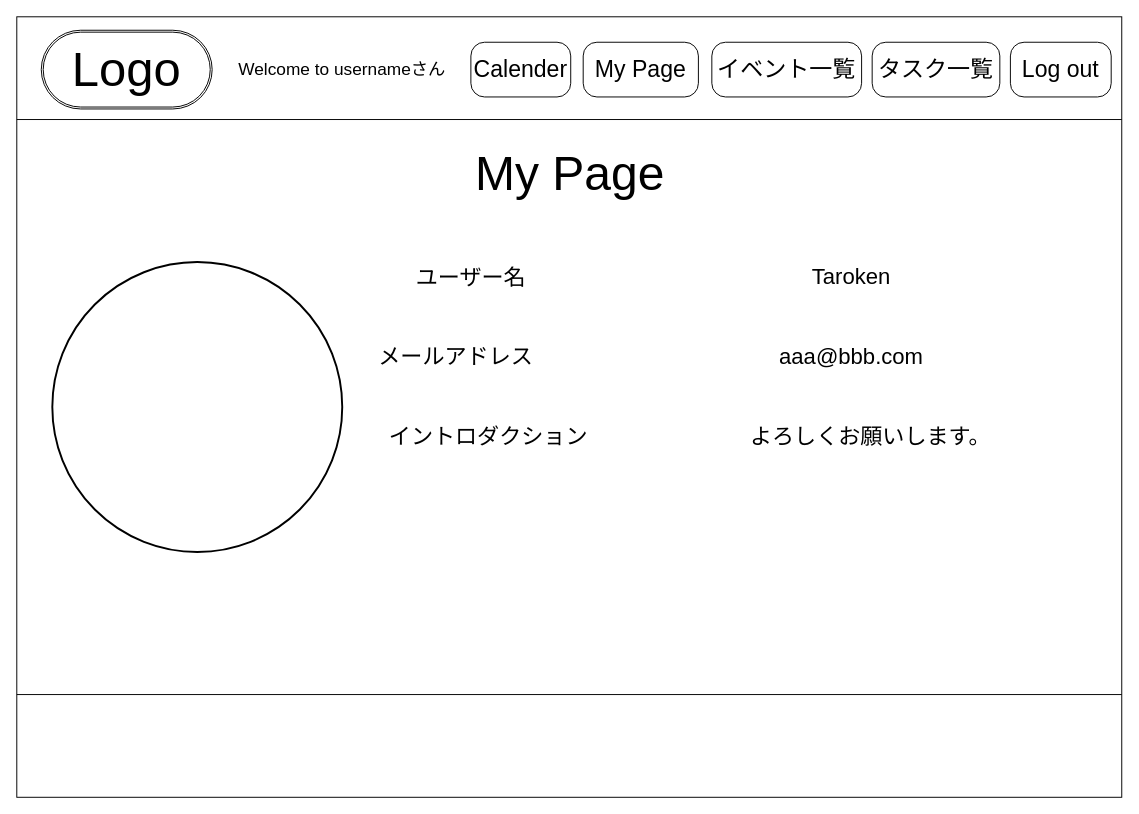
Before: page "ユーザー一覧" (14 of 20) of wire flame.drawio in MurapyonCorp/My-Portfolio, a draw.io diagram. Source tidied: cells renumbered, new cells numbered last; positions are measured from the earlier drawing's top-left corner, leaving out a move shared by most shapes. Both pictures are drawn from the tidied source at 96%, with x=0, y=0 at pixel (16, 16).
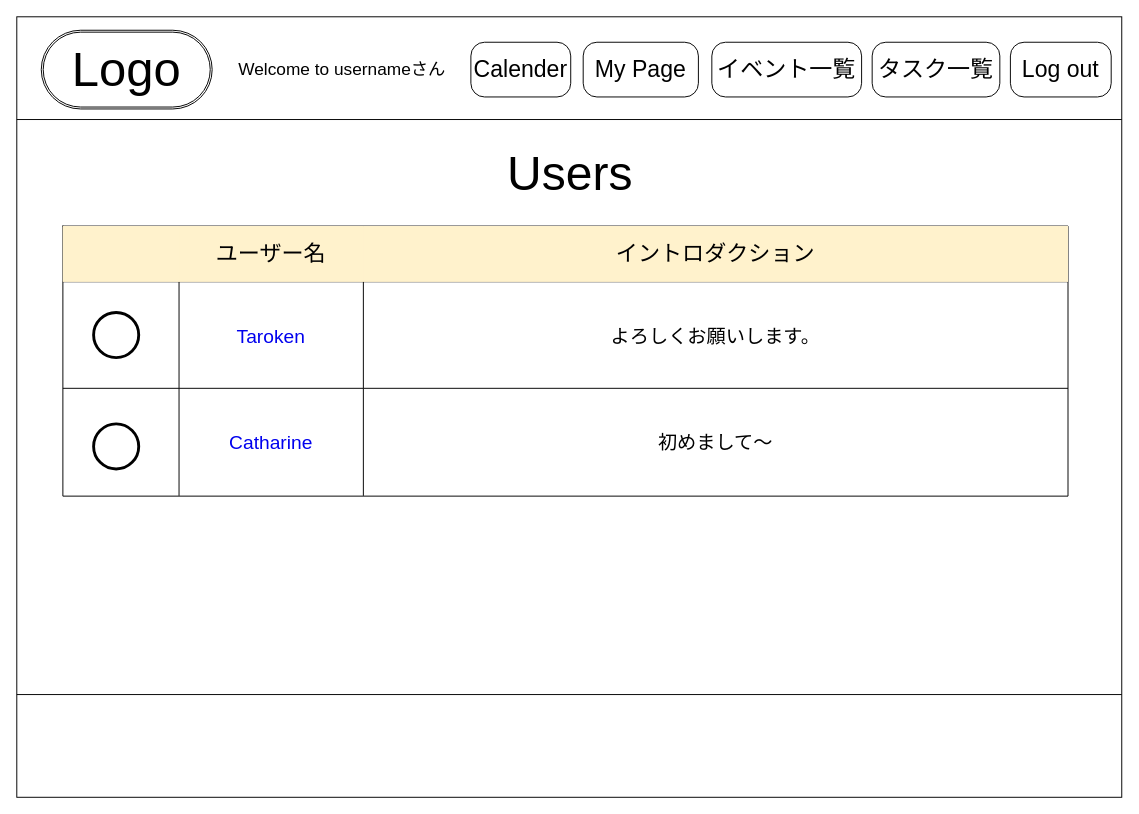
The same diagram, later.

Change to the diagram source:
```diff
@@
-    <mxCell id="10" value="&lt;font color=&quot;#000000&quot;&gt;My Page&lt;/font&gt;" style="text;html=1;strokeColor=none;fillColor=none;align=center;verticalAlign=middle;whiteSpace=wrap;rounded=0;fontSize=50;" parent="1" vertex="1">
+    <mxCell id="10" value="&lt;font color=&quot;#000000&quot;&gt;Users&lt;/font&gt;" style="text;html=1;strokeColor=none;fillColor=none;align=center;verticalAlign=middle;whiteSpace=wrap;rounded=0;fontSize=50;" parent="1" vertex="1">
       <mxGeometry x="463" y="132" width="227" height="61" as="geometry" />
     </mxCell>
-    <mxCell id="11" style="ellipse;whiteSpace=wrap;html=1;fontSize=15;fontColor=#0800FF;strokeColor=#000000;strokeWidth=2;gradientColor=none;fillColor=none;" parent="1" vertex="1">
-      <mxGeometry x="37" y="255.5" width="302" height="302" as="geometry" />
-    </mxCell>
+    <mxCell id="18" value="&lt;font color=&quot;#000000&quot;&gt;&lt;span style=&quot;font-size: 24px&quot;&gt;Calender&lt;/span&gt;&lt;/font&gt;" style="rounded=1;arcSize=25;whiteSpace=wrap;html=1;align=center;strokeColor=#000000;fillColor=none;" parent="1" vertex="1">
+      <mxGeometry x="473" y="26.5" width="104" height="57" as="geometry" />
+    </mxCell>
+    <mxCell id="19" style="shape=table;html=1;whiteSpace=wrap;startSize=0;childLayout=tableLayout;fillColor=none;strokeColor=#000000;strokeWidth=1;fontColor=#000000;" parent="1" vertex="1">
+      <mxGeometry x="48" y="218" width="1047" height="281.3" as="geometry" />
+    </mxCell>
+    <mxCell id="20" style="shape=partialRectangle;html=1;whiteSpace=wrap;top=0;left=0;bottom=0;right=0;fontSize=23;strokeColor=#d6b656;fillColor=#FFF2CC;" parent="19" vertex="1">
+      <mxGeometry width="1047" height="58" as="geometry" />
+    </mxCell>
+    <mxCell id="21" style="shape=partialRectangle;html=1;whiteSpace=wrap;fillColor=#fff2cc;top=0;left=0;bottom=0;right=0;overflow=hidden;fontSize=23;strokeWidth=20;fontColor=#000000;strokeColor=#000000;" parent="20" vertex="1">
+      <mxGeometry width="121" height="58" as="geometry" />
+    </mxCell>
-    <mxCell id="12" value="ユーザー名" style="text;strokeColor=none;fillColor=none;align=left;verticalAlign=top;spacingLeft=4;spacingRight=4;overflow=hidden;fontSize=23;fontColor=#000000;" parent="1" vertex="1">
-      <mxGeometry x="410" y="251" width="132" height="40" as="geometry" />
+    <mxCell id="12" value="ユーザー名" style="shape=partialRectangle;html=1;whiteSpace=wrap;fillColor=#fff2cc;top=0;left=0;bottom=0;right=0;overflow=hidden;fontSize=23;strokeWidth=20;fontColor=#000000;strokeColor=#000000;" parent="20" vertex="1">
+      <mxGeometry x="121" width="192" height="58" as="geometry" />
     </mxCell>
-    <mxCell id="13" value="イントロダクション" style="text;strokeColor=none;fillColor=none;align=left;verticalAlign=top;spacingLeft=4;spacingRight=4;overflow=hidden;fontSize=23;fontColor=#000000;" parent="1" vertex="1">
-      <mxGeometry x="382" y="417" width="222" height="40" as="geometry" />
+    <mxCell id="13" value="イントロダクション" style="shape=partialRectangle;html=1;whiteSpace=wrap;fillColor=#fff2cc;top=0;left=0;bottom=0;right=0;overflow=hidden;fontSize=23;strokeWidth=20;fontColor=#000000;strokeColor=#000000;" parent="20" vertex="1">
+      <mxGeometry x="313" width="734" height="58" as="geometry" />
     </mxCell>
-    <mxCell id="14" value="メールアドレス" style="text;strokeColor=none;fillColor=none;align=left;verticalAlign=top;spacingLeft=4;spacingRight=4;overflow=hidden;fontSize=23;fontColor=#000000;" parent="1" vertex="1">
-      <mxGeometry x="371" y="333.5" width="171" height="40" as="geometry" />
-    </mxCell>
+    <mxCell id="22" style="shape=partialRectangle;html=1;whiteSpace=wrap;fillColor=none;top=0;left=0;bottom=0;right=0;" parent="19" vertex="1">
+      <mxGeometry y="58" width="1047" height="111" as="geometry" />
+    </mxCell>
+    <mxCell id="23" style="shape=partialRectangle;html=1;whiteSpace=wrap;fillColor=none;top=0;left=0;bottom=0;right=0;overflow=hidden;fontColor=#000000;fontSize=20;" parent="22" vertex="1">
+      <mxGeometry width="121" height="111" as="geometry" />
+    </mxCell>
-    <mxCell id="15" value="&lt;font color=&quot;#000000&quot;&gt;Taroken&lt;/font&gt;" style="text;html=1;strokeColor=none;fillColor=none;align=center;verticalAlign=middle;whiteSpace=wrap;rounded=0;fontSize=23;" parent="1" vertex="1">
-      <mxGeometry x="756" y="240.5" width="227" height="61" as="geometry" />
+    <mxCell id="15" value="Taroken" style="shape=partialRectangle;html=1;whiteSpace=wrap;fillColor=none;top=0;left=0;bottom=0;right=0;overflow=hidden;fontSize=20;strokeColor=#0000EE;labelBackgroundColor=#ffffff;fontColor=#0000EE;" parent="22" vertex="1">
+      <mxGeometry x="121" width="192" height="111" as="geometry" />
     </mxCell>
-    <mxCell id="16" value="&lt;font color=&quot;#000000&quot;&gt;aaa@bbb.com&lt;/font&gt;" style="text;html=1;strokeColor=none;fillColor=none;align=center;verticalAlign=middle;whiteSpace=wrap;rounded=0;fontSize=23;" parent="1" vertex="1">
-      <mxGeometry x="756" y="323" width="227" height="61" as="geometry" />
-    </mxCell>
-    <mxCell id="17" value="&lt;font color=&quot;#000000&quot;&gt;よろしくお願いします。&lt;/font&gt;" style="text;html=1;strokeColor=none;fillColor=none;align=center;verticalAlign=middle;whiteSpace=wrap;rounded=0;fontSize=23;" parent="1" vertex="1">
-      <mxGeometry x="756" y="406.5" width="267" height="61" as="geometry" />
+    <mxCell id="17" value="よろしくお願いします。" style="shape=partialRectangle;html=1;whiteSpace=wrap;fillColor=none;top=0;left=0;bottom=0;right=0;overflow=hidden;fontColor=#000000;fontSize=20;" parent="22" vertex="1">
+      <mxGeometry x="313" width="734" height="111" as="geometry" />
     </mxCell>
-    <mxCell id="18" value="&lt;font color=&quot;#000000&quot;&gt;&lt;span style=&quot;font-size: 24px&quot;&gt;Calender&lt;/span&gt;&lt;/font&gt;" style="rounded=1;arcSize=25;whiteSpace=wrap;html=1;align=center;strokeColor=#000000;fillColor=none;" parent="1" vertex="1">
-      <mxGeometry x="473" y="26.5" width="104" height="57" as="geometry" />
-    </mxCell>
+    <mxCell id="24" style="shape=partialRectangle;html=1;whiteSpace=wrap;fillColor=none;top=0;left=0;bottom=0;right=0;" parent="19" vertex="1">
+      <mxGeometry y="169" width="1047" height="112" as="geometry" />
+    </mxCell>
+    <mxCell id="25" style="shape=partialRectangle;html=1;whiteSpace=wrap;fillColor=none;top=0;left=0;bottom=0;right=0;overflow=hidden;fontColor=#000000;fontSize=20;" parent="24" vertex="1">
+      <mxGeometry width="121" height="112" as="geometry" />
+    </mxCell>
+    <mxCell id="26" value="Catharine" style="shape=partialRectangle;html=1;whiteSpace=wrap;fillColor=none;top=0;left=0;bottom=0;right=0;overflow=hidden;fontSize=20;strokeColor=#0000EE;labelBackgroundColor=#ffffff;fontColor=#0000EE;" parent="24" vertex="1">
+      <mxGeometry x="121" width="192" height="112" as="geometry" />
+    </mxCell>
+    <mxCell id="27" value="初めまして～" style="shape=partialRectangle;html=1;whiteSpace=wrap;fillColor=none;top=0;left=0;bottom=0;right=0;overflow=hidden;fontColor=#000000;fontSize=20;" parent="24" vertex="1">
+      <mxGeometry x="313" width="734" height="112" as="geometry" />
+    </mxCell>
+    <mxCell id="28" style="ellipse;whiteSpace=wrap;html=1;fontSize=20;fontColor=#000000;strokeColor=#000000;strokeWidth=3;fillColor=none;" parent="1" vertex="1">
+      <mxGeometry x="80" y="424" width="47" height="47" as="geometry" />
+    </mxCell>
+    <mxCell id="29" style="ellipse;whiteSpace=wrap;html=1;fontSize=20;fontColor=#000000;strokeColor=#000000;strokeWidth=3;fillColor=none;" parent="1" vertex="1">
+      <mxGeometry x="80" y="308" width="47" height="47" as="geometry" />
+    </mxCell>
```
